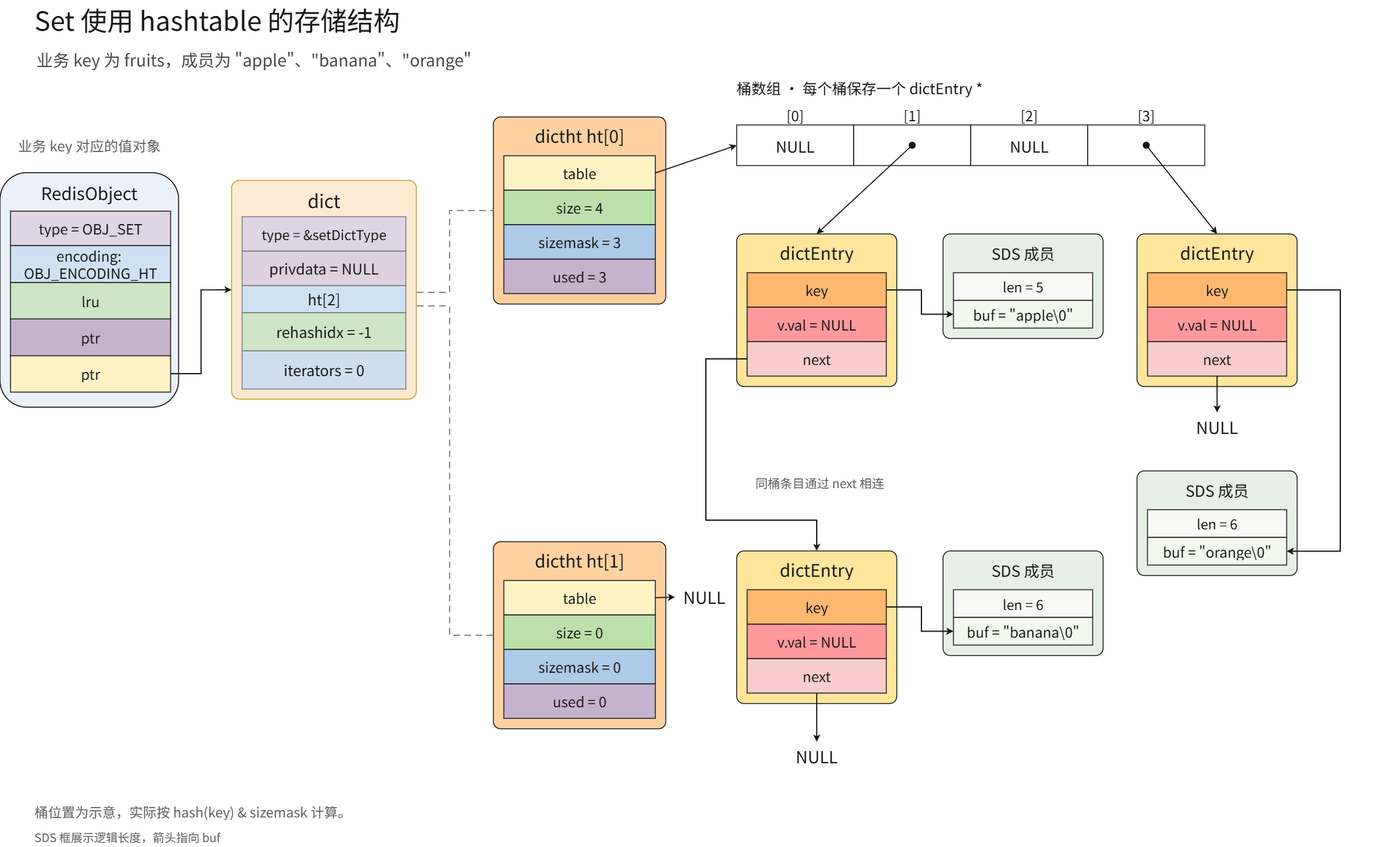
oHo404/imgrepo keeps this draw.io diagram as redis/Set 使用 hashtable 时的存储结构.drawio.png. Above is the earlier version. Source tidied: cells renumbered, new cells last; positions are measured from the earlier drawing's top-left corner, leaving out a move shared by most shapes.
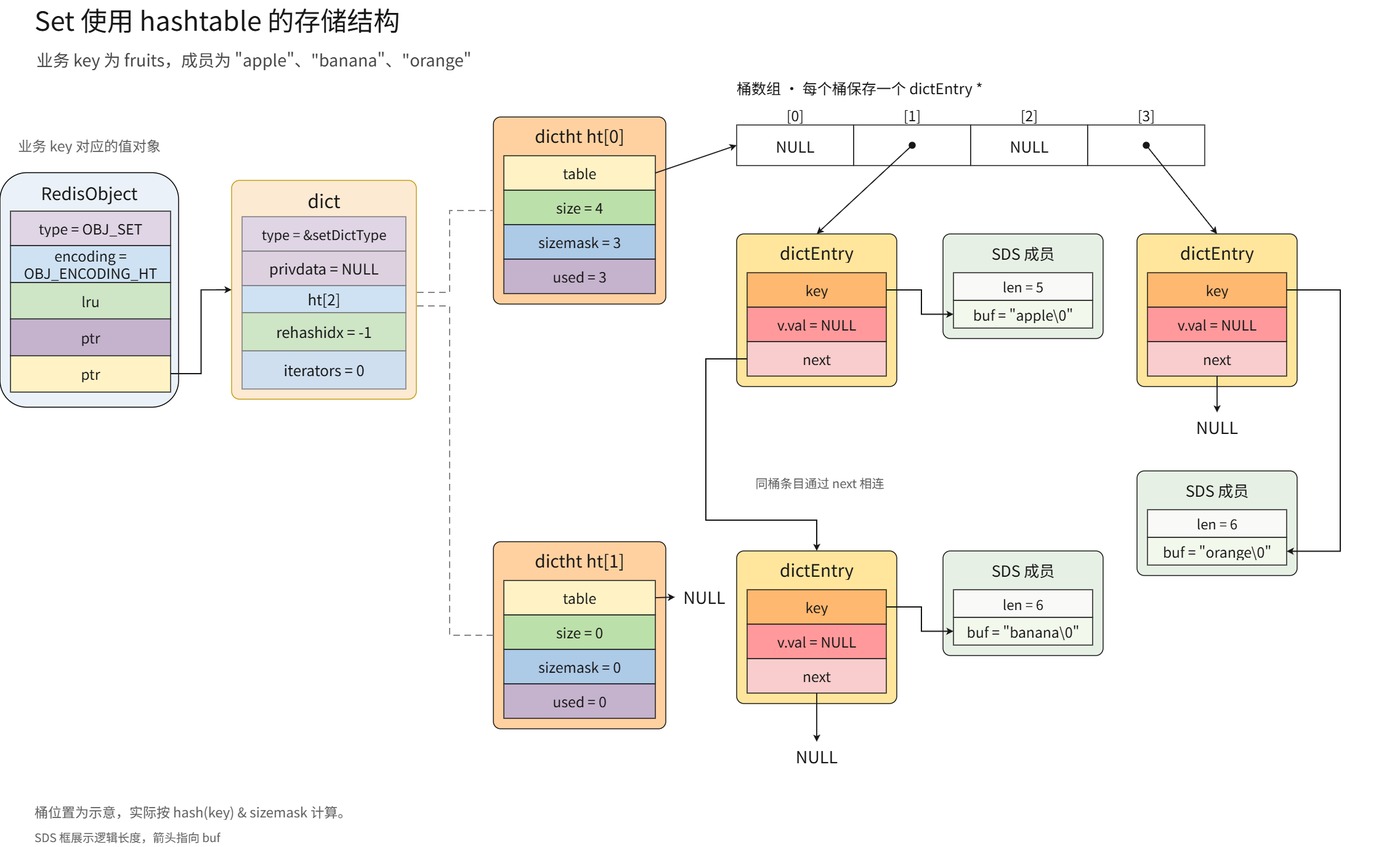
Later version of the same file.

Commit message:
更新Set 使用 hashtable 时的存储结构.drawio.png

The edit, as a diff of the source:
```diff
@@ -266,7 +266,7 @@
     <mxCell id="82" value="type = OBJ_SET" style="shape=rectangle;rounded=0;absoluteArcSize=1;arcSize=0;whiteSpace=wrap;html=0;align=center;verticalAlign=middle;fillColor=#DFD5E5;strokeColor=#171717;strokeWidth=1.5;fontColor=#171717;fontSize=23;fontFamily=WenQuanYi Micro Hei;fontStyle=0;spacing=0;overflow=hidden;" parent="80" vertex="1">
       <mxGeometry x="17" y="62.5" width="260" height="56" as="geometry" />
     </mxCell>
-    <mxCell id="83" value="encoding: &#10;OBJ_ENCODING_HT" style="shape=rectangle;rounded=0;absoluteArcSize=1;arcSize=0;whiteSpace=wrap;html=0;align=center;verticalAlign=middle;fillColor=#CFE2F3;strokeColor=#171717;strokeWidth=1.5;fontColor=#171717;fontSize=23;fontFamily=WenQuanYi Micro Hei;fontStyle=0;spacing=0;overflow=hidden;" parent="80" vertex="1">
+    <mxCell id="83" value="encoding =&#10;OBJ_ENCODING_HT" style="shape=rectangle;rounded=0;absoluteArcSize=1;arcSize=0;whiteSpace=wrap;html=0;align=center;verticalAlign=middle;fillColor=#CFE2F3;strokeColor=#171717;strokeWidth=1.5;fontColor=#171717;fontSize=23;fontFamily=WenQuanYi Micro Hei;fontStyle=0;spacing=0;overflow=hidden;" parent="80" vertex="1">
       <mxGeometry x="17" y="118.5" width="260" height="60" as="geometry" />
     </mxCell>
     <mxCell id="84" value="ptr" style="shape=rectangle;rounded=0;absoluteArcSize=1;arcSize=0;whiteSpace=wrap;html=0;align=center;verticalAlign=middle;fillColor=#FFF3C6;strokeColor=#171717;strokeWidth=1.5;fontColor=#171717;fontSize=23;fontFamily=WenQuanYi Micro Hei;fontStyle=0;spacing=0;overflow=hidden;" parent="80" vertex="1">
```
